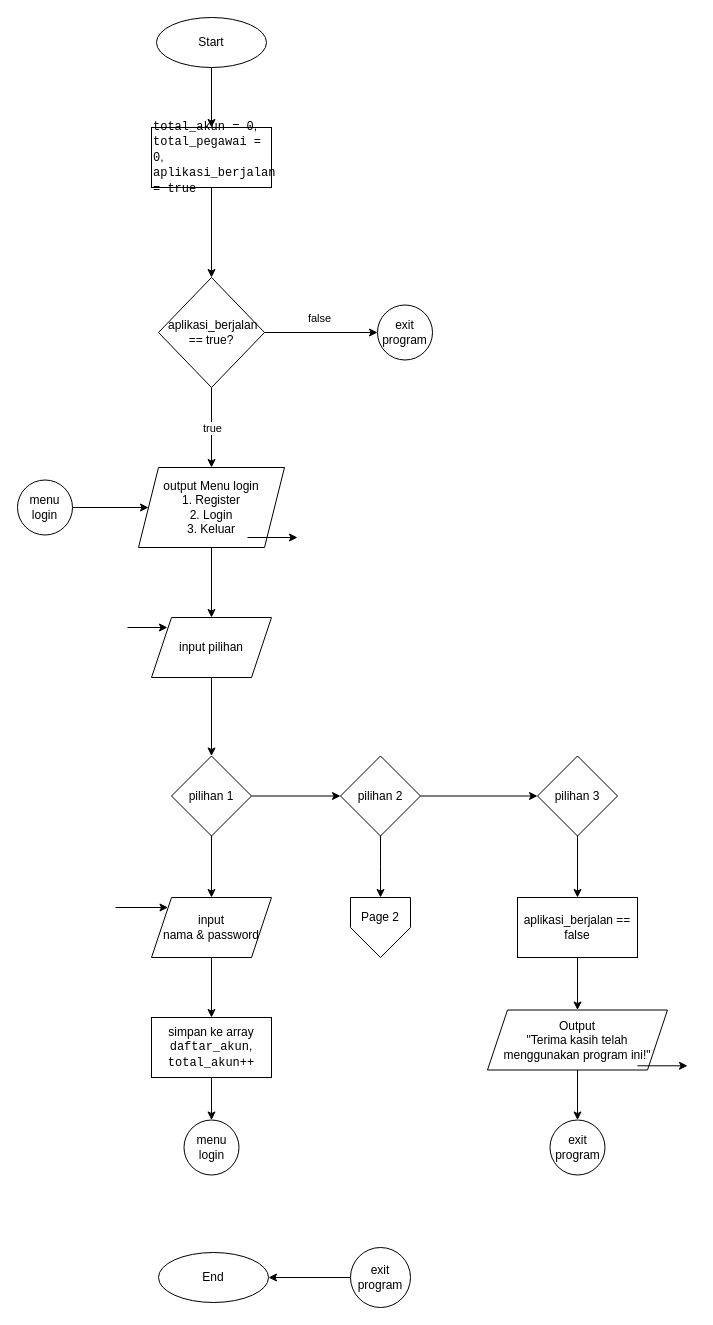
The draw.io diagram page "Page-1" (1 of 2) of post-test/post-test-apl-2/2509106092-AntungHissyam-PT-2.drawio in hissyam90/praktikum-apl, before the edit. Source tidied: cells renumbered, new cells numbered last; positions are measured from the earlier drawing's top-left corner, leaving out a move shared by most shapes. Both pictures are drawn from the tidied source at 100%, with x=0, y=0 at pixel (17, 17).
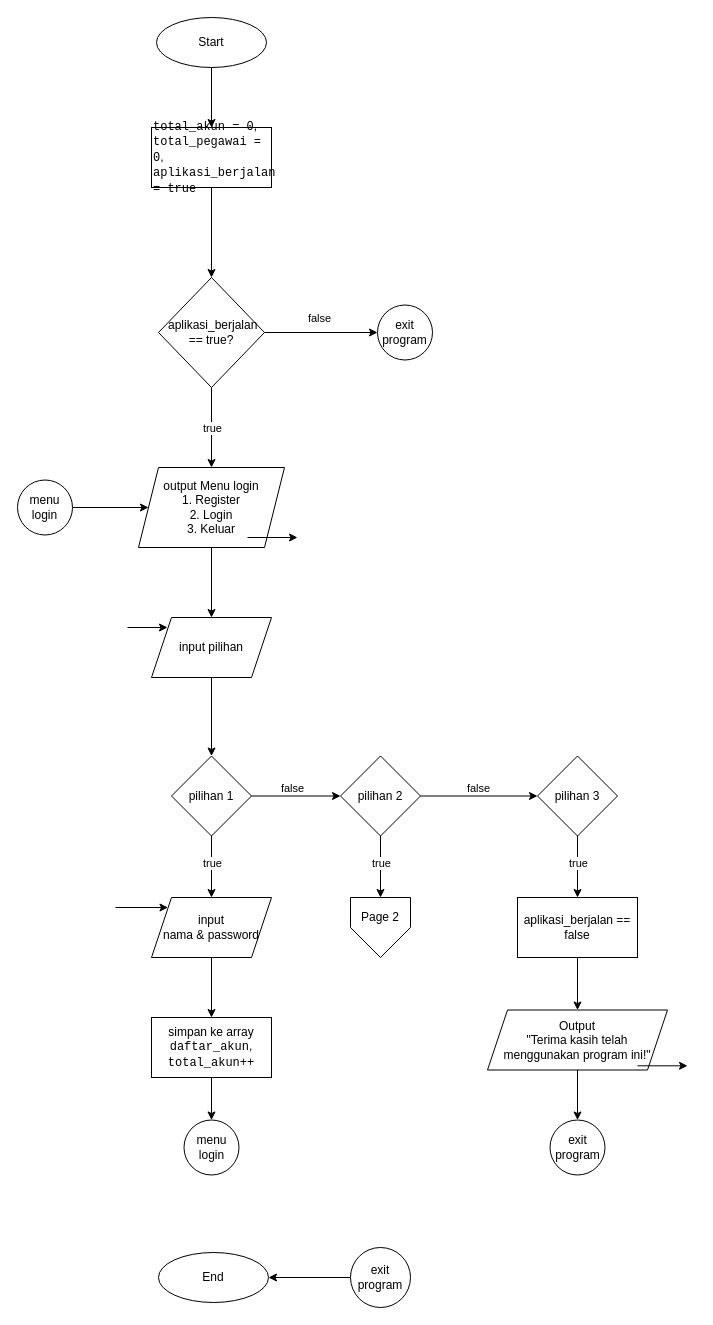
After the change.

The change refers to these unchanged cells:
```xml
<mxCell id="18" style="edgeStyle=orthogonalEdgeStyle;rounded=0;jettySize=auto;html=1;entryX=0;entryY=0.5;entryDx=0;entryDy=0;" parent="1" edge="1" source="20" target="23">
  <mxGeometry relative="1" as="geometry" />
</mxCell>
<mxCell id="19" style="edgeStyle=orthogonalEdgeStyle;rounded=0;jettySize=auto;html=1;entryX=0.5;entryY=0;entryDx=0;entryDy=0;" parent="1" edge="1" source="20" target="40">
  <mxGeometry relative="1" as="geometry" />
</mxCell>
```

Diff of the diagram source:
```diff
@@
+    <mxCell id="45" value="false" style="edgeLabel;html=1;align=center;verticalAlign=middle;" parent="18" vertex="1">
+      <mxGeometry x="-0.12" y="1" relative="1" as="geometry">
+        <mxPoint x="1" y="-7" as="offset" />
+      </mxGeometry>
+    </mxCell>
@@
+    <mxCell id="46" value="true" style="edgeLabel;html=1;align=center;verticalAlign=middle;" parent="19" vertex="1">
+      <mxGeometry x="-0.41" y="1" relative="1" as="geometry">
+        <mxPoint x="-1" y="9" as="offset" />
+      </mxGeometry>
+    </mxCell>
@@
+    <mxCell id="47" value="true" style="edgeLabel;html=1;align=center;verticalAlign=middle;" parent="1" vertex="1">
+      <mxGeometry x="363" y="845" as="geometry" />
+    </mxCell>
+    <mxCell id="48" value="true" style="edgeLabel;html=1;align=center;verticalAlign=middle;" parent="1" vertex="1">
+      <mxGeometry x="560" y="845" as="geometry" />
+    </mxCell>
+    <mxCell id="49" value="false" style="edgeLabel;html=1;align=center;verticalAlign=middle;" parent="1" vertex="1">
+      <mxGeometry x="460" y="770" as="geometry" />
+    </mxCell>
```
